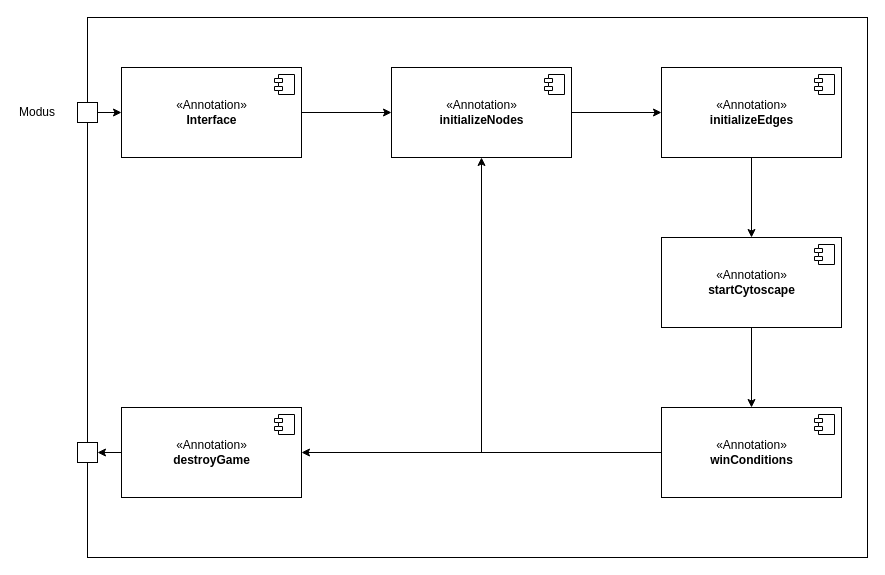
This is documentation/GameOverview.drawio from yasseen-salama/causal-inference-game, a draw.io file, before an edit. Source tidied: cells renumbered, new cells numbered last; positions are measured from the earlier drawing's top-left corner, leaving out a move shared by most shapes. Both pictures are drawn from the tidied source at 100%, with x=0, y=0 at pixel (17, 17).
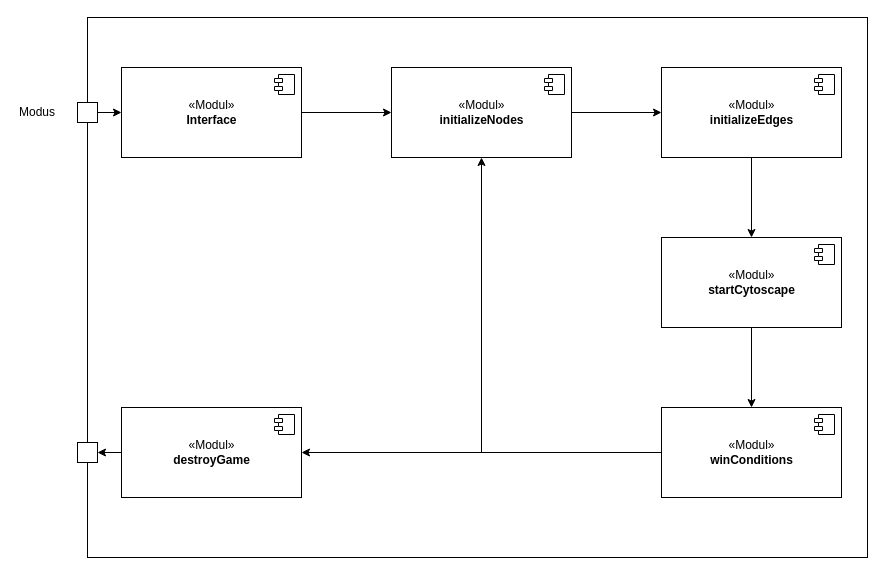
The same page after the edit.

What changed in the source:
```diff
@@
-    <mxCell id="4" value="«Annotation»&lt;br&gt;&lt;b&gt;Interface&lt;/b&gt;" style="html=1;" parent="1" vertex="1">
+    <mxCell id="4" value="«Modul»&lt;br&gt;&lt;b&gt;Interface&lt;/b&gt;" style="html=1;" parent="1" vertex="1">
       <mxGeometry x="104" y="50" width="180" height="90" as="geometry" />
     </mxCell>
@@
-    <mxCell id="7" value="«Annotation»&lt;br&gt;&lt;b&gt;initializeNodes&lt;/b&gt;" style="html=1;" parent="1" vertex="1">
+    <mxCell id="7" value="«Modul»&lt;br&gt;&lt;b&gt;initializeNodes&lt;/b&gt;" style="html=1;" parent="1" vertex="1">
       <mxGeometry x="374" y="50" width="180" height="90" as="geometry" />
     </mxCell>
@@
-    <mxCell id="10" value="«Annotation»&lt;br&gt;&lt;b&gt;initializeEdges&lt;/b&gt;" style="html=1;" parent="1" vertex="1">
+    <mxCell id="10" value="«Modul»&lt;br&gt;&lt;b&gt;initializeEdges&lt;/b&gt;" style="html=1;" parent="1" vertex="1">
       <mxGeometry x="644" y="50" width="180" height="90" as="geometry" />
     </mxCell>
@@
-    <mxCell id="13" value="«Annotation»&lt;br&gt;&lt;b&gt;startCytoscape&lt;/b&gt;" style="html=1;" parent="1" vertex="1">
+    <mxCell id="13" value="«Modul»&lt;br&gt;&lt;b&gt;startCytoscape&lt;/b&gt;" style="html=1;" parent="1" vertex="1">
       <mxGeometry x="644" y="220" width="180" height="90" as="geometry" />
     </mxCell>
@@
-    <mxCell id="17" value="«Annotation»&lt;br&gt;&lt;b&gt;winConditions&lt;/b&gt;" style="html=1;" parent="1" vertex="1">
+    <mxCell id="17" value="«Modul»&lt;br&gt;&lt;b&gt;winConditions&lt;/b&gt;" style="html=1;" parent="1" vertex="1">
       <mxGeometry x="644" y="390" width="180" height="90" as="geometry" />
     </mxCell>
@@
-    <mxCell id="20" value="«Annotation»&lt;br&gt;&lt;b&gt;destroyGame&lt;/b&gt;" style="html=1;" parent="1" vertex="1">
+    <mxCell id="20" value="«Modul»&lt;br&gt;&lt;b&gt;destroyGame&lt;/b&gt;" style="html=1;" parent="1" vertex="1">
       <mxGeometry x="104" y="390" width="180" height="90" as="geometry" />
     </mxCell>
```
